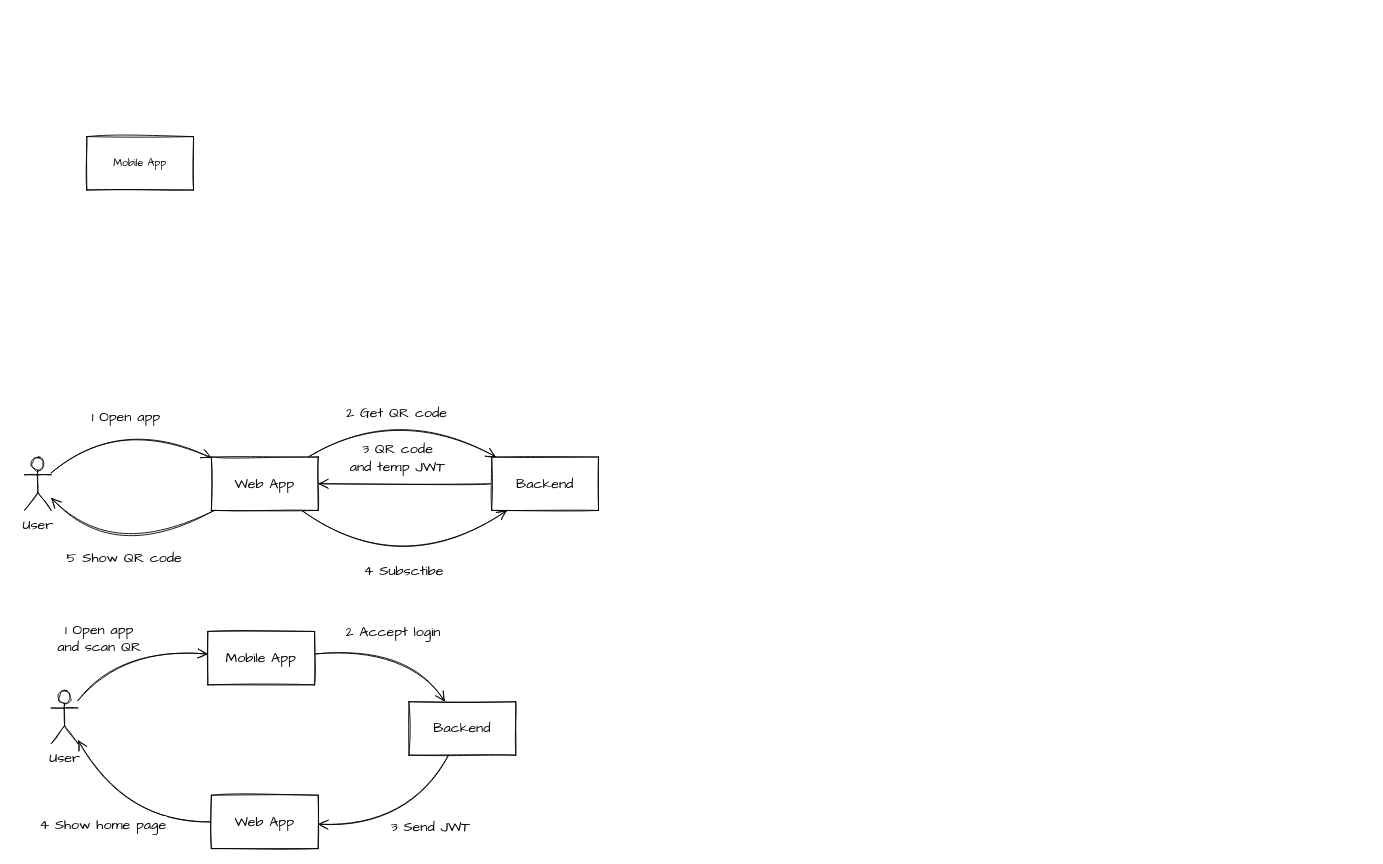
zatsepinvl/whatsclub keeps this draw.io diagram as page "Solution Design" (2 of 2) of whatsclub.drawio. Above is the earlier version. Source tidied: cells renumbered, new cells numbered last; positions are measured from the earlier drawing's top-left corner, leaving out a move shared by most shapes. Both pictures are drawn from the tidied source at 89%, with x=0, y=0 at pixel (24, 136).
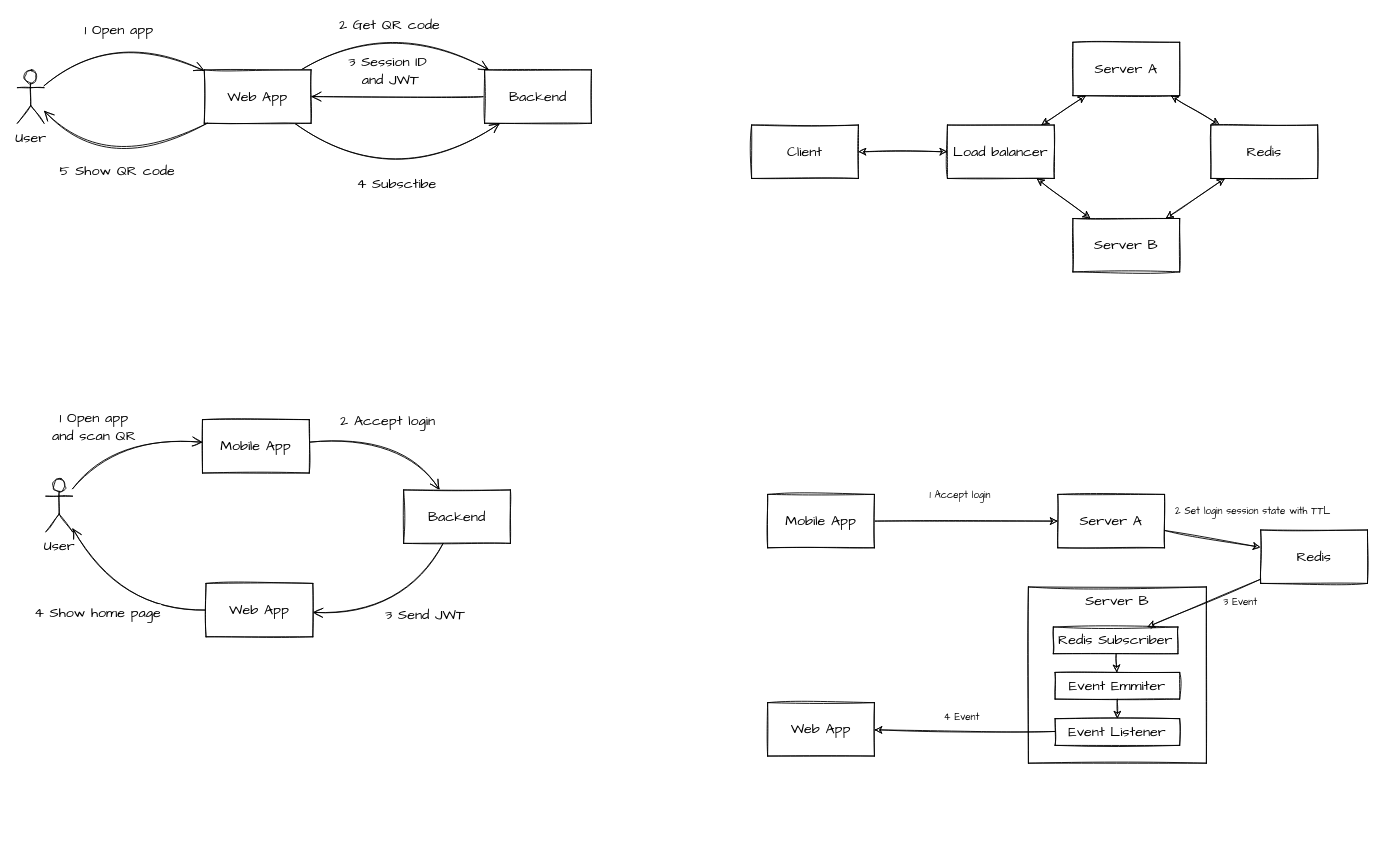
After the change.

Diff of the diagram source:
```diff
@@
-    <mxCell id="2" value="Mobile App" style="rounded=0;whiteSpace=wrap;html=1;sketch=1;fontFamily=Comic Sans MS;" parent="1" vertex="1">
-      <mxGeometry x="70" width="120" height="60" as="geometry" />
-    </mxCell>
     <mxCell id="3" value="2 Get QR code" style="sketch=1;jettySize=auto;html=1;fontFamily=Comic Sans MS;fontSize=16;curved=1;endArrow=open;endFill=0;endSize=9;" parent="1" edge="1" source="6" target="10">
       <mxGeometry x="-0.09" y="-9" relative="1" as="geometry">
         <Array as="points">
-          <mxPoint x="418" y="299" />
+          <mxPoint x="410" y="-136" />
         </Array>
       </mxGeometry>
     </mxCell>
     <mxCell id="4" value="5 Show QR code" style="edgeStyle=none;curved=1;sketch=1;jettySize=auto;html=1;fontFamily=Comic Sans MS;fontSize=16;endArrow=open;endFill=0;endSize=9;" parent="1" edge="1" source="6" target="8">
       <mxGeometry relative="1" as="geometry">
         <Array as="points">
-          <mxPoint x="100" y="480" />
+          <mxPoint x="92" y="45" />
         </Array>
       </mxGeometry>
     </mxCell>
     <mxCell id="5" value="4 Subsctibe" style="edgeStyle=none;curved=1;sketch=1;jettySize=auto;html=1;endArrow=open;endFill=0;endSize=9;fontFamily=Comic Sans MS;fontSize=16;" parent="1" edge="1" source="6" target="10">
       <mxGeometry x="-0.07" y="12" relative="1" as="geometry">
         <Array as="points">
-          <mxPoint x="425" y="502" />
+          <mxPoint x="417" y="67" />
         </Array>
       </mxGeometry>
     </mxCell>
     <mxCell id="6" value="Web App" style="rounded=0;whiteSpace=wrap;html=1;sketch=1;fontFamily=Comic Sans MS;fontSize=16;" parent="1" vertex="1">
-      <mxGeometry x="210" y="360" width="120" height="60" as="geometry" />
+      <mxGeometry x="202" y="-75" width="120" height="60" as="geometry" />
     </mxCell>
     <mxCell id="7" value="1 Open app" style="jettySize=auto;html=1;sketch=1;fontFamily=Comic Sans MS;fontSize=16;curved=1;endSize=9;endArrow=open;endFill=0;" parent="1" edge="1" source="8" target="6">
       <mxGeometry relative="1" as="geometry">
         <Array as="points">
-          <mxPoint x="110" y="313" />
+          <mxPoint x="102" y="-122" />
         </Array>
       </mxGeometry>
     </mxCell>
     <mxCell id="8" value="User" style="shape=umlActor;verticalLabelPosition=bottom;verticalAlign=top;html=1;outlineConnect=0;sketch=1;fontFamily=Comic Sans MS;fontSize=16;" parent="1" vertex="1">
-      <mxGeometry y="360" width="30" height="60" as="geometry" />
+      <mxGeometry x="-8" y="-75" width="30" height="60" as="geometry" />
     </mxCell>
-    <mxCell id="9" value="3 QR code &lt;br&gt;and temp JWT" style="edgeStyle=none;curved=1;sketch=1;jettySize=auto;html=1;fontFamily=Comic Sans MS;fontSize=16;endArrow=open;endFill=0;endSize=9;" parent="1" edge="1" source="10" target="6">
+    <mxCell id="9" value="3 Session ID&amp;nbsp;&lt;br&gt;and JWT" style="edgeStyle=none;curved=1;sketch=1;jettySize=auto;html=1;fontFamily=Comic Sans MS;fontSize=16;endArrow=open;endFill=0;endSize=9;" parent="1" edge="1" source="10" target="6">
       <mxGeometry x="0.09" y="-29" relative="1" as="geometry" />
     </mxCell>
     <mxCell id="10" value="Backend" style="rounded=0;whiteSpace=wrap;html=1;sketch=1;fontFamily=Comic Sans MS;fontSize=16;" parent="1" vertex="1">
-      <mxGeometry x="525" y="360" width="120" height="60" as="geometry" />
+      <mxGeometry x="517" y="-75" width="120" height="60" as="geometry" />
     </mxCell>
     <mxCell id="11" value="1 Open app &lt;br&gt;and scan QR" style="edgeStyle=none;curved=1;sketch=1;jettySize=auto;html=1;endArrow=open;endFill=0;endSize=9;fontFamily=Comic Sans MS;fontSize=16;" parent="1" edge="1" source="12" target="14">
       <mxGeometry x="-0.16" y="22" relative="1" as="geometry">
         <Array as="points">
-          <mxPoint x="109" y="574" />
+          <mxPoint x="103" y="336" />
         </Array>
         <mxPoint x="-5" y="1" as="offset" />
       </mxGeometry>
     </mxCell>
     <mxCell id="12" value="User" style="shape=umlActor;verticalLabelPosition=bottom;verticalAlign=top;html=1;outlineConnect=0;sketch=1;fontFamily=Comic Sans MS;fontSize=16;" parent="1" vertex="1">
-      <mxGeometry x="30" y="622" width="30" height="60" as="geometry" />
+      <mxGeometry x="24" y="384" width="30" height="60" as="geometry" />
     </mxCell>
     <mxCell id="13" value="2 Accept login" style="edgeStyle=none;curved=1;sketch=1;jettySize=auto;html=1;endArrow=open;endFill=0;endSize=9;fontFamily=Comic Sans MS;fontSize=16;" parent="1" edge="1" source="14" target="16">
       <mxGeometry y="17" relative="1" as="geometry">
         <Array as="points">
-          <mxPoint x="432" y="573" />
+          <mxPoint x="426" y="335" />
         </Array>
       </mxGeometry>
     </mxCell>
     <mxCell id="14" value="Mobile App" style="rounded=0;whiteSpace=wrap;html=1;sketch=1;fontFamily=Comic Sans MS;fontSize=16;" parent="1" vertex="1">
-      <mxGeometry x="206" y="556" width="120" height="60" as="geometry" />
+      <mxGeometry x="200" y="318" width="120" height="60" as="geometry" />
     </mxCell>
     <mxCell id="15" value="3 Send JWT" style="edgeStyle=none;curved=1;sketch=1;jettySize=auto;html=1;endArrow=open;endFill=0;endSize=9;fontFamily=Comic Sans MS;fontSize=16;" parent="1" edge="1" source="16" target="18">
       <mxGeometry x="-0.18" y="19" relative="1" as="geometry">
         <Array as="points">
-          <mxPoint x="434" y="777" />
+          <mxPoint x="428" y="539" />
         </Array>
       </mxGeometry>
     </mxCell>
     <mxCell id="16" value="Backend" style="rounded=0;whiteSpace=wrap;html=1;sketch=1;fontFamily=Comic Sans MS;fontSize=16;" parent="1" vertex="1">
-      <mxGeometry x="432" y="635" width="120" height="60" as="geometry" />
+      <mxGeometry x="426" y="397" width="120" height="60" as="geometry" />
     </mxCell>
     <mxCell id="17" value="4 Show home page" style="edgeStyle=none;curved=1;sketch=1;jettySize=auto;html=1;endArrow=open;endFill=0;endSize=9;fontFamily=Comic Sans MS;fontSize=16;" parent="1" edge="1" source="18" target="12">
       <mxGeometry x="0.05" y="23" relative="1" as="geometry">
         <Array as="points">
-          <mxPoint x="113" y="770" />
+          <mxPoint x="107" y="532" />
         </Array>
       </mxGeometry>
     </mxCell>
     <mxCell id="18" value="Web App" style="rounded=0;whiteSpace=wrap;html=1;sketch=1;fontFamily=Comic Sans MS;fontSize=16;" parent="1" vertex="1">
-      <mxGeometry x="210" y="740" width="120" height="60" as="geometry" />
+      <mxGeometry x="204" y="502" width="120" height="60" as="geometry" />
     </mxCell>
+    <mxCell id="19" style="edgeStyle=none;rounded=0;jettySize=auto;html=1;sketch=1;startArrow=classic;startFill=1;" parent="1" edge="1" source="20" target="28">
+      <mxGeometry relative="1" as="geometry" />
+    </mxCell>
+    <mxCell id="20" value="Server A" style="rounded=0;whiteSpace=wrap;html=1;sketch=1;fontFamily=Comic Sans MS;fontSize=16;" parent="1" vertex="1">
+      <mxGeometry x="1178" y="-106" width="120" height="60" as="geometry" />
+    </mxCell>
+    <mxCell id="21" style="edgeStyle=none;rounded=0;jettySize=auto;html=1;sketch=1;startArrow=classic;startFill=1;" parent="1" edge="1" source="22" target="28">
+      <mxGeometry relative="1" as="geometry" />
+    </mxCell>
+    <mxCell id="22" value="Server B" style="rounded=0;whiteSpace=wrap;html=1;sketch=1;fontFamily=Comic Sans MS;fontSize=16;" parent="1" vertex="1">
+      <mxGeometry x="1178" y="92" width="120" height="60" as="geometry" />
+    </mxCell>
+    <mxCell id="23" style="edgeStyle=orthogonalEdgeStyle;rounded=0;jettySize=auto;html=1;sketch=1;startArrow=classic;startFill=1;" parent="1" edge="1" source="24" target="27">
+      <mxGeometry relative="1" as="geometry" />
+    </mxCell>
+    <mxCell id="24" value="Client" style="rounded=0;whiteSpace=wrap;html=1;sketch=1;fontFamily=Comic Sans MS;fontSize=16;" parent="1" vertex="1">
+      <mxGeometry x="817" y="-13" width="120" height="60" as="geometry" />
+    </mxCell>
+    <mxCell id="25" style="rounded=0;jettySize=auto;html=1;sketch=1;startArrow=classic;startFill=1;" parent="1" edge="1" source="27" target="20">
+      <mxGeometry relative="1" as="geometry" />
+    </mxCell>
+    <mxCell id="26" style="edgeStyle=none;rounded=0;jettySize=auto;html=1;sketch=1;startArrow=classic;startFill=1;" parent="1" edge="1" source="27" target="22">
+      <mxGeometry relative="1" as="geometry" />
+    </mxCell>
+    <mxCell id="27" value="Load balancer" style="rounded=0;whiteSpace=wrap;html=1;sketch=1;fontFamily=Comic Sans MS;fontSize=16;" parent="1" vertex="1">
+      <mxGeometry x="1037" y="-13" width="120" height="60" as="geometry" />
+    </mxCell>
+    <mxCell id="28" value="Redis" style="rounded=0;whiteSpace=wrap;html=1;sketch=1;fontFamily=Comic Sans MS;fontSize=16;" parent="1" vertex="1">
+      <mxGeometry x="1333" y="-13" width="120" height="60" as="geometry" />
+    </mxCell>
+    <mxCell id="29" value="2 Set login session state with TTL" style="edgeStyle=none;rounded=0;jettySize=auto;html=1;sketch=1;startArrow=none;startFill=0;fontFamily=Comic Sans MS;" parent="1" edge="1" source="30" target="33">
+      <mxGeometry x="0.71" y="39" relative="1" as="geometry" />
+    </mxCell>
+    <mxCell id="30" value="Server A" style="rounded=0;whiteSpace=wrap;html=1;sketch=1;fontFamily=Comic Sans MS;fontSize=16;" parent="1" vertex="1">
+      <mxGeometry x="1161" y="402" width="120" height="60" as="geometry" />
+    </mxCell>
+    <mxCell id="31" value="Server B" style="rounded=0;whiteSpace=wrap;html=1;sketch=1;fontFamily=Comic Sans MS;fontSize=16;verticalAlign=top;" parent="1" vertex="1">
+      <mxGeometry x="1128" y="506" width="200" height="198" as="geometry" />
+    </mxCell>
+    <mxCell id="32" value="1 Accept login" style="edgeStyle=none;rounded=0;sketch=1;jettySize=auto;html=1;startArrow=none;startFill=0;fontFamily=Comic Sans MS;" parent="1" edge="1" source="2" target="30">
+      <mxGeometry x="-0.07" y="29" relative="1" as="geometry" />
+    </mxCell>
+    <mxCell id="2" value="Mobile App" style="rounded=0;whiteSpace=wrap;html=1;sketch=1;fontFamily=Comic Sans MS;fontSize=16;" parent="1" vertex="1">
+      <mxGeometry x="835" y="402" width="120" height="60" as="geometry" />
+    </mxCell>
+    <mxCell id="33" value="Redis" style="rounded=0;whiteSpace=wrap;html=1;sketch=1;fontFamily=Comic Sans MS;fontSize=16;" parent="1" vertex="1">
+      <mxGeometry x="1389" y="442" width="120" height="60" as="geometry" />
+    </mxCell>
+    <mxCell id="34" value="Web App" style="rounded=0;whiteSpace=wrap;html=1;sketch=1;fontFamily=Comic Sans MS;fontSize=16;" parent="1" vertex="1">
+      <mxGeometry x="835" y="636" width="120" height="60" as="geometry" />
+    </mxCell>
+    <mxCell id="35" style="edgeStyle=none;rounded=0;sketch=1;jettySize=auto;html=1;startArrow=none;startFill=0;endArrow=classic;endFill=1;fontFamily=Comic Sans MS;" parent="1" edge="1" source="36" target="38">
+      <mxGeometry relative="1" as="geometry" />
+    </mxCell>
+    <mxCell id="36" value="Redis Subscriber" style="rounded=0;whiteSpace=wrap;html=1;sketch=1;fontFamily=Comic Sans MS;fontSize=16;" parent="1" vertex="1">
+      <mxGeometry x="1156" y="551" width="140" height="30" as="geometry" />
+    </mxCell>
+    <mxCell id="37" style="edgeStyle=none;rounded=0;sketch=1;jettySize=auto;html=1;startArrow=none;startFill=0;endArrow=classic;endFill=1;fontFamily=Comic Sans MS;" parent="1" edge="1" source="38" target="39">
+      <mxGeometry relative="1" as="geometry" />
+    </mxCell>
+    <mxCell id="38" value="Event Emmiter" style="rounded=0;whiteSpace=wrap;html=1;sketch=1;fontFamily=Comic Sans MS;fontSize=16;" parent="1" vertex="1">
+      <mxGeometry x="1158" y="602" width="140" height="30" as="geometry" />
+    </mxCell>
+    <mxCell id="39" value="Event Listener" style="rounded=0;whiteSpace=wrap;html=1;sketch=1;fontFamily=Comic Sans MS;fontSize=16;" parent="1" vertex="1">
+      <mxGeometry x="1158" y="654" width="140" height="30" as="geometry" />
+    </mxCell>
+    <mxCell id="40" value="3 Event" style="edgeStyle=none;rounded=0;jettySize=auto;html=1;sketch=1;startArrow=classic;startFill=1;endArrow=none;endFill=0;fontFamily=Comic Sans MS;" parent="1" edge="1" source="36" target="33">
+      <mxGeometry x="0.55" y="-15" relative="1" as="geometry" />
+    </mxCell>
+    <mxCell id="41" value="4 Event" style="edgeStyle=none;rounded=0;sketch=1;jettySize=auto;html=1;startArrow=none;startFill=0;fontFamily=Comic Sans MS;" parent="1" edge="1" source="39" target="34">
+      <mxGeometry x="0.03" y="-15" relative="1" as="geometry" />
+    </mxCell>
```
